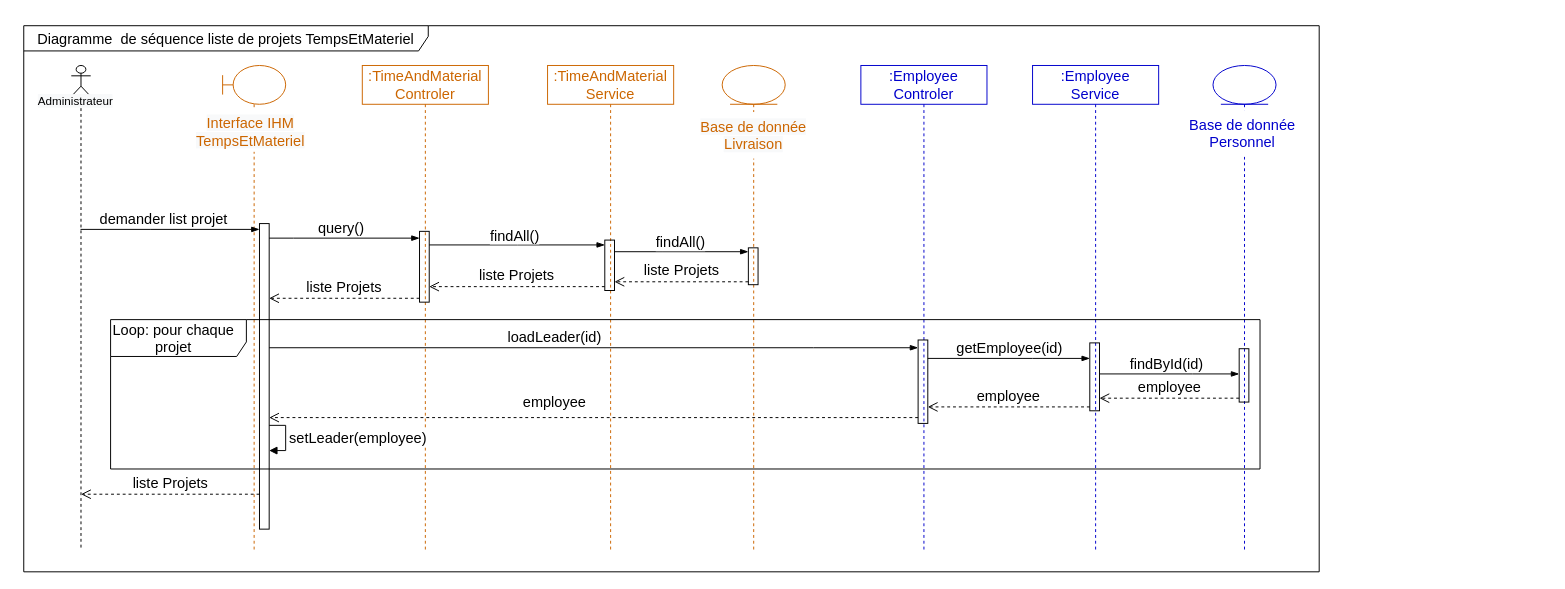
Above: Delivery/TimeAndMaterialProjectListDiagrammeSequence.drawio in ZidiMedAmine/UML (draw.io), before the change. Source tidied: cells renumbered, new cells numbered last; positions are measured from the earlier drawing's top-left corner, leaving out a move shared by most shapes. Both pictures are drawn from the tidied source at 97%, with x=0, y=0 at pixel (23, 25).
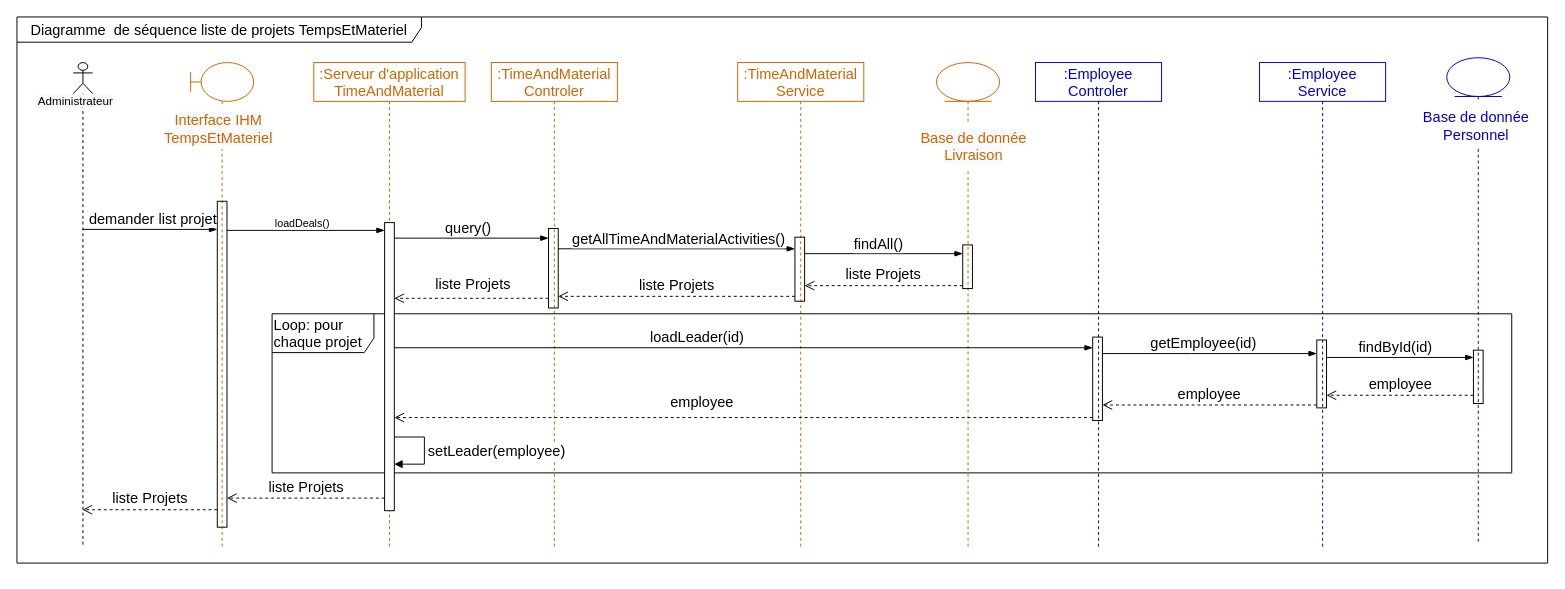
The same diagram, later.

Commit message (it also covers changes not shown here):
Mettre à jour TimeAndMaterialProjectListDiagrammeSequence.drawio

The change refers to these unchanged cells:
```xml
<mxCell id="15" style="html=1;points=[];perimeter=orthogonalPerimeter;rounded=0;shadow=0;glass=0;sketch=0;fontSize=15;fillColor=none;" parent="14" vertex="1">
  <mxGeometry x="59" y="283" width="10" height="86" as="geometry" />
</mxCell>
<mxCell id="20" style="html=1;points=[];perimeter=orthogonalPerimeter;rounded=0;shadow=0;glass=0;sketch=0;fontSize=15;fillColor=none;" parent="19" vertex="1">
  <mxGeometry x="59" y="286" width="10" height="70" as="geometry" />
</mxCell>
```

Change to the diagram source:
```diff
@@
     <mxCell id="2" value=":TimeAndMaterial&lt;br&gt;Controler" style="shape=umlLifeline;perimeter=lifelinePerimeter;whiteSpace=wrap;html=1;rounded=0;shadow=0;glass=0;sketch=0;fillColor=none;fontSize=15;fontColor=#CC6600;strokeColor=#CC6600;" parent="1" vertex="1">
-      <mxGeometry x="349" y="41" width="130" height="500" as="geometry" />
+      <mxGeometry x="482" y="38" width="130" height="500" as="geometry" />
     </mxCell>
     <mxCell id="3" style="html=1;points=[];perimeter=orthogonalPerimeter;rounded=0;shadow=0;glass=0;sketch=0;fontSize=15;fillColor=none;" parent="2" vertex="1">
-      <mxGeometry x="59" y="171" width="10" height="73" as="geometry" />
+      <mxGeometry x="59" y="171" width="10" height="82" as="geometry" />
     </mxCell>
     <mxCell id="4" style="shape=umlLifeline;participant=umlActor;perimeter=lifelinePerimeter;whiteSpace=wrap;html=1;verticalAlign=top;spacingTop=36;outlineConnect=0;fillColor=none;size=32;sketch=0;shadow=0;rounded=0;glass=0;" parent="1" vertex="1">
-      <mxGeometry x="49" y="41" width="20" height="500" as="geometry" />
+      <mxGeometry x="51" y="38" width="20" height="500" as="geometry" />
     </mxCell>
@@
     <mxCell id="6" value=":TimeAndMaterial&lt;br&gt;Service" style="shape=umlLifeline;perimeter=lifelinePerimeter;whiteSpace=wrap;html=1;rounded=0;shadow=0;glass=0;sketch=0;fillColor=none;fontSize=15;fontColor=#CC6600;strokeColor=#CC6600;" parent="1" vertex="1">
-      <mxGeometry x="540" y="41" width="130" height="500" as="geometry" />
+      <mxGeometry x="736" y="38" width="130" height="500" as="geometry" />
     </mxCell>
     <mxCell id="7" style="html=1;points=[];perimeter=orthogonalPerimeter;rounded=0;shadow=0;glass=0;sketch=0;fontSize=15;fillColor=none;" parent="6" vertex="1">
-      <mxGeometry x="59" y="180" width="10" height="52" as="geometry" />
+      <mxGeometry x="59" y="180" width="10" height="66" as="geometry" />
     </mxCell>
     <mxCell id="8" style="shape=umlLifeline;participant=umlEntity;perimeter=lifelinePerimeter;whiteSpace=wrap;html=1;verticalAlign=top;spacingTop=36;rounded=0;shadow=0;glass=0;sketch=0;fontSize=15;fillColor=none;fontColor=#CC6600;strokeColor=#CC6600;" parent="1" vertex="1">
-      <mxGeometry x="720" y="41" width="65" height="500" as="geometry" />
+      <mxGeometry x="941" y="38" width="65" height="500" as="geometry" />
     </mxCell>
     <mxCell id="9" style="html=1;points=[];perimeter=orthogonalPerimeter;rounded=0;shadow=0;glass=0;sketch=0;fontSize=15;fillColor=none;" parent="8" vertex="1">
-      <mxGeometry x="27" y="188" width="10" height="38" as="geometry" />
+      <mxGeometry x="27" y="188" width="10" height="45" as="geometry" />
     </mxCell>
+    <mxCell id="44" value="&lt;span style=&quot;font-family: Helvetica; font-size: 15px; font-style: normal; font-variant-ligatures: normal; font-variant-caps: normal; font-weight: 400; letter-spacing: normal; orphans: 2; text-indent: 0px; text-transform: none; widows: 2; word-spacing: 0px; -webkit-text-stroke-width: 0px; background-color: rgb(248, 249, 250); text-decoration-thickness: initial; text-decoration-style: initial; text-decoration-color: initial; float: none; display: inline !important;&quot;&gt;Base de donnée&lt;br&gt;Livraison&lt;br&gt;&lt;/span&gt;" style="text;whiteSpace=wrap;html=1;fontSize=15;align=center;fillColor=default;fontColor=#CC6600;" parent="8" vertex="1">
+      <mxGeometry x="-21" y="62" width="119" height="48" as="geometry" />
+    </mxCell>
     <mxCell id="10" style="shape=umlLifeline;participant=umlBoundary;perimeter=lifelinePerimeter;whiteSpace=wrap;html=1;verticalAlign=top;spacingTop=36;rounded=0;shadow=0;glass=0;sketch=0;fontSize=15;fillColor=none;fontColor=#CC6600;strokeColor=#CC6600;" parent="1" vertex="1">
-      <mxGeometry x="205" y="41" width="65" height="500" as="geometry" />
+      <mxGeometry x="172" y="38" width="65" height="500" as="geometry" />
     </mxCell>
@@
     <mxCell id="12" style="html=1;points=[];perimeter=orthogonalPerimeter;rounded=0;shadow=0;glass=0;sketch=0;fontSize=15;fillColor=none;" parent="10" vertex="1">
-      <mxGeometry x="38" y="163" width="10" height="315" as="geometry" />
+      <mxGeometry x="27.5" y="143" width="10" height="336" as="geometry" />
     </mxCell>
-    <mxCell id="13" value="setLeader(employee)" style="edgeStyle=orthogonalEdgeStyle;html=1;align=left;spacingLeft=2;endArrow=block;rounded=0;entryX=1;entryY=0;fontSize=15;" parent="10" edge="1" source="12">
-      <mxGeometry relative="1" as="geometry">
-        <mxPoint x="48" y="397" as="targetPoint" />
-        <Array as="points">
-          <mxPoint x="65" y="371" />
-          <mxPoint x="65" y="397" />
-        </Array>
-      </mxGeometry>
-    </mxCell>
     <mxCell id="14" value=":Employee&lt;br&gt;Controler" style="shape=umlLifeline;perimeter=lifelinePerimeter;whiteSpace=wrap;html=1;rounded=0;shadow=0;glass=0;sketch=0;fillColor=none;fontSize=15;strokeColor=#0000CC;fontColor=#0000CC;" parent="1" vertex="1">
-      <mxGeometry x="863" y="41" width="130" height="500" as="geometry" />
+      <mxGeometry x="1043" y="38" width="130" height="500" as="geometry" />
     </mxCell>
@@
     <mxCell id="16" style="shape=umlLifeline;participant=umlEntity;perimeter=lifelinePerimeter;whiteSpace=wrap;html=1;verticalAlign=top;spacingTop=36;rounded=0;shadow=0;glass=0;sketch=0;fontSize=15;fillColor=none;strokeColor=#0000CC;" parent="1" vertex="1">
-      <mxGeometry x="1226" y="41" width="65" height="500" as="geometry" />
+      <mxGeometry x="1467" y="33" width="65" height="500" as="geometry" />
     </mxCell>
@@
     <mxCell id="18" style="html=1;points=[];perimeter=orthogonalPerimeter;rounded=0;shadow=0;glass=0;sketch=0;fontSize=15;fillColor=none;" parent="16" vertex="1">
-      <mxGeometry x="27" y="292" width="10" height="55" as="geometry" />
+      <mxGeometry x="27.5" y="301.5" width="10" height="55" as="geometry" />
     </mxCell>
     <mxCell id="19" value=":Employee&lt;br&gt;Service" style="shape=umlLifeline;perimeter=lifelinePerimeter;whiteSpace=wrap;html=1;rounded=0;shadow=0;glass=0;sketch=0;fillColor=none;fontSize=15;strokeColor=#0000CC;fontColor=#0000CC;" parent="1" vertex="1">
-      <mxGeometry x="1040" y="41" width="130" height="500" as="geometry" />
+      <mxGeometry x="1274" y="38" width="130" height="500" as="geometry" />
     </mxCell>
@@
-    <mxCell id="23" style="edgeStyle=elbowEdgeStyle;fontSize=12;html=1;endArrow=blockThin;endFill=1;rounded=0;" parent="1" edge="1" source="12" target="3">
+    <mxCell id="23" style="edgeStyle=elbowEdgeStyle;fontSize=12;html=1;endArrow=blockThin;endFill=1;rounded=0;" parent="1" edge="1" source="46" target="3">
       <mxGeometry relative="1" as="geometry">
         <Array as="points">
-          <mxPoint x="278" y="219" />
+          <mxPoint x="502" y="219" />
+          <mxPoint x="385" y="213" />
           <mxPoint x="367" y="226" />
         </Array>
       </mxGeometry>
     </mxCell>
@@
     <mxCell id="25" style="edgeStyle=elbowEdgeStyle;fontSize=12;html=1;endArrow=blockThin;endFill=1;rounded=0;" parent="1" edge="1" source="3" target="7">
       <mxGeometry relative="1" as="geometry">
         <Array as="points">
-          <mxPoint x="509" y="226" />
+          <mxPoint x="694" y="230" />
+          <mxPoint x="543" y="215" />
           <mxPoint x="468" y="244" />
         </Array>
       </mxGeometry>
     </mxCell>
-    <mxCell id="26" value="findAll()" style="edgeLabel;html=1;align=center;verticalAlign=middle;fontSize=15;" parent="25" vertex="1">
+    <mxCell id="26" value="getAllTimeAndMaterialActivities()" style="edgeLabel;html=1;align=center;verticalAlign=middle;fontSize=15;" parent="25" vertex="1">
       <mxGeometry x="0.12" relative="1" as="geometry">
         <mxPoint x="-14" y="-11" as="offset" />
       </mxGeometry>
     </mxCell>
     <mxCell id="27" style="edgeStyle=elbowEdgeStyle;fontSize=12;html=1;endArrow=blockThin;endFill=1;rounded=0;" parent="1" edge="1" source="7" target="9">
       <mxGeometry relative="1" as="geometry">
         <Array as="points">
-          <mxPoint x="659" y="233" />
+          <mxPoint x="810" y="235" />
           <mxPoint x="707" y="240" />
         </Array>
       </mxGeometry>
     </mxCell>
@@
-    <mxCell id="29" value="liste Projets" style="html=1;verticalAlign=bottom;endArrow=open;dashed=1;endSize=8;rounded=0;fontSize=15;" parent="1" edge="1">
+    <mxCell id="29" value="liste Projets" style="html=1;verticalAlign=bottom;endArrow=open;dashed=1;endSize=8;rounded=0;fontSize=15;" parent="1" edge="1" source="9" target="7">
       <mxGeometry relative="1" as="geometry">
-        <mxPoint x="747" y="264" as="sourcePoint" />
-        <mxPoint x="609" y="264" as="targetPoint" />
+        <Array as="points">
+          <mxPoint x="889" y="268" />
+        </Array>
       </mxGeometry>
     </mxCell>
-    <mxCell id="30" value="liste Projets" style="html=1;verticalAlign=bottom;endArrow=open;dashed=1;endSize=8;rounded=0;fontSize=15;" parent="1" edge="1">
+    <mxCell id="30" value="liste Projets" style="html=1;verticalAlign=bottom;endArrow=open;dashed=1;endSize=8;rounded=0;fontSize=15;" parent="1" edge="1" source="7" target="3">
       <mxGeometry relative="1" as="geometry">
-        <mxPoint x="599" y="269" as="sourcePoint" />
-        <mxPoint x="418" y="269" as="targetPoint" />
         <Array as="points">
-          <mxPoint x="566" y="269" />
+          <mxPoint x="699" y="279" />
         </Array>
       </mxGeometry>
     </mxCell>
-    <mxCell id="31" value="liste Projets" style="html=1;verticalAlign=bottom;endArrow=open;dashed=1;endSize=8;rounded=0;fontSize=15;" parent="1" edge="1" source="3" target="12">
-      <mxGeometry relative="1" as="geometry">
+    <mxCell id="31" value="liste Projets" style="html=1;verticalAlign=bottom;endArrow=open;dashed=1;endSize=8;rounded=0;fontSize=15;" parent="1" edge="1" source="3" target="46">
+      <mxGeometry x="-0.02" y="-3" relative="1" as="geometry">
         <Array as="points">
           <mxPoint x="387" y="281" />
         </Array>
       </mxGeometry>
     </mxCell>
-    <mxCell id="32" style="edgeStyle=elbowEdgeStyle;fontSize=12;html=1;endArrow=blockThin;endFill=1;rounded=0;" parent="1" edge="1" source="12" target="15">
+    <mxCell id="32" style="edgeStyle=elbowEdgeStyle;fontSize=12;html=1;endArrow=blockThin;endFill=1;rounded=0;" parent="1" edge="1" source="46" target="15">
       <mxGeometry relative="1" as="geometry">
         <Array as="points">
           <mxPoint x="814" y="332" />
         </Array>
       </mxGeometry>
     </mxCell>
@@
-    <mxCell id="34" style="edgeStyle=elbowEdgeStyle;fontSize=12;html=1;endArrow=blockThin;endFill=1;rounded=0;" parent="1" edge="1" source="15" target="20">
+    <mxCell id="34" style="fontSize=12;html=1;endArrow=blockThin;endFill=1;rounded=0;" parent="1" edge="1" source="15" target="20">
       <mxGeometry relative="1" as="geometry">
         <Array as="points">
-          <mxPoint x="1040" y="343" />
+          <mxPoint x="1204" y="338" />
         </Array>
       </mxGeometry>
     </mxCell>
@@
     <mxCell id="36" style="edgeStyle=elbowEdgeStyle;fontSize=12;html=1;endArrow=blockThin;endFill=1;rounded=0;" parent="1" edge="1" source="20" target="18">
       <mxGeometry relative="1" as="geometry">
         <Array as="points">
-          <mxPoint x="1205" y="359" />
+          <mxPoint x="1383" y="342" />
+          <mxPoint x="1275" y="331" />
         </Array>
       </mxGeometry>
     </mxCell>
@@
     <mxCell id="38" value="employee" style="html=1;verticalAlign=bottom;endArrow=open;dashed=1;endSize=8;rounded=0;fontSize=15;" parent="1" edge="1" source="18" target="20">
       <mxGeometry relative="1" as="geometry">
         <Array as="points">
-          <mxPoint x="1201" y="384" />
+          <mxPoint x="1390" y="381" />
         </Array>
       </mxGeometry>
     </mxCell>
-    <mxCell id="39" value="employee" style="html=1;verticalAlign=bottom;endArrow=open;dashed=1;endSize=8;rounded=0;fontSize=15;" parent="1" edge="1">
+    <mxCell id="39" value="employee" style="html=1;verticalAlign=bottom;endArrow=open;dashed=1;endSize=8;rounded=0;fontSize=15;" parent="1" edge="1" source="20" target="15">
       <mxGeometry relative="1" as="geometry">
-        <mxPoint x="1099" y="393" as="sourcePoint" />
-        <mxPoint x="932" y="393" as="targetPoint" />
         <Array as="points">
-          <mxPoint x="1039" y="393" />
+          <mxPoint x="1178" y="391" />
         </Array>
       </mxGeometry>
     </mxCell>
-    <mxCell id="40" value="employee" style="html=1;verticalAlign=bottom;endArrow=open;dashed=1;endSize=8;rounded=0;fontSize=15;startArrow=none;" parent="1" edge="1" source="15" target="12">
+    <mxCell id="40" value="employee" style="html=1;verticalAlign=bottom;endArrow=open;dashed=1;endSize=8;rounded=0;fontSize=15;startArrow=none;" parent="1" edge="1" source="15" target="46">
       <mxGeometry x="0.12" y="-4" relative="1" as="geometry">
         <Array as="points">
           <mxPoint x="905" y="404" />
         </Array>
       </mxGeometry>
     </mxCell>
-    <mxCell id="41" value="liste Projets" style="html=1;verticalAlign=bottom;endArrow=open;dashed=1;endSize=8;rounded=0;fontSize=15;" parent="1" edge="1">
+    <mxCell id="41" value="liste Projets" style="html=1;verticalAlign=bottom;endArrow=open;dashed=1;endSize=8;rounded=0;fontSize=15;" parent="1" edge="1" source="12" target="4">
       <mxGeometry relative="1" as="geometry">
-        <mxPoint x="243" y="483" as="sourcePoint" />
-        <mxPoint x="59.1" y="483" as="targetPoint" />
         <Array as="points">
-          <mxPoint x="162" y="483" />
+          <mxPoint x="162" y="499" />
         </Array>
       </mxGeometry>
     </mxCell>
-    <mxCell id="42" value="Loop: pour chaque &lt;br&gt;&lt;div style=&quot;text-align: center;&quot;&gt;&lt;span style=&quot;background-color: initial;&quot;&gt;projet&lt;/span&gt;&lt;/div&gt;" style="shape=umlFrame;whiteSpace=wrap;html=1;rounded=0;shadow=0;glass=0;sketch=0;fontSize=15;fillColor=none;width=140;height=38;align=left;" parent="1" vertex="1">
-      <mxGeometry x="89.5" y="303" width="1185" height="154" as="geometry" />
+    <mxCell id="42" value="Loop: pour &lt;br&gt;chaque&amp;nbsp;&lt;span style=&quot;background-color: initial; text-align: center;&quot;&gt;projet&lt;/span&gt;" style="shape=umlFrame;whiteSpace=wrap;html=1;rounded=0;shadow=0;glass=0;sketch=0;fontSize=15;fillColor=none;width=105;height=40;align=left;" parent="1" vertex="1">
+      <mxGeometry x="256" y="297" width="1278" height="164" as="geometry" />
     </mxCell>
     <mxCell id="43" value="Diagramme&amp;nbsp; de séquence liste de projets TempsEtMateriel" style="shape=umlFrame;whiteSpace=wrap;html=1;rounded=0;shadow=0;glass=0;sketch=0;fontSize=15;fillColor=none;width=417;height=26;" parent="1" vertex="1">
-      <mxGeometry width="1335.5" height="563" as="geometry" />
+      <mxGeometry x="-7" y="-9" width="1578" height="563" as="geometry" />
     </mxCell>
-    <mxCell id="44" value="&lt;span style=&quot;font-family: Helvetica; font-size: 15px; font-style: normal; font-variant-ligatures: normal; font-variant-caps: normal; font-weight: 400; letter-spacing: normal; orphans: 2; text-indent: 0px; text-transform: none; widows: 2; word-spacing: 0px; -webkit-text-stroke-width: 0px; background-color: rgb(248, 249, 250); text-decoration-thickness: initial; text-decoration-style: initial; text-decoration-color: initial; float: none; display: inline !important;&quot;&gt;Base de donnée&lt;br&gt;Livraison&lt;br&gt;&lt;/span&gt;" style="text;whiteSpace=wrap;html=1;fontSize=15;align=center;fillColor=default;fontColor=#CC6600;" parent="1" vertex="1">
-      <mxGeometry x="692.5" y="89" width="119" height="48" as="geometry" />
-    </mxCell>
+    <mxCell id="45" value=":Serveur d'application&lt;br&gt;TimeAndMaterial" style="shape=umlLifeline;perimeter=lifelinePerimeter;whiteSpace=wrap;html=1;rounded=0;shadow=0;glass=0;sketch=0;fillColor=none;fontSize=15;fontColor=#CC6600;strokeColor=#CC6600;" parent="1" vertex="1">
+      <mxGeometry x="299" y="38" width="156" height="500" as="geometry" />
+    </mxCell>
+    <mxCell id="46" style="html=1;points=[];perimeter=orthogonalPerimeter;" parent="45" vertex="1">
+      <mxGeometry x="73" y="165" width="10" height="297" as="geometry" />
+    </mxCell>
+    <mxCell id="13" value="setLeader(employee)" style="edgeStyle=orthogonalEdgeStyle;html=1;align=left;spacingLeft=2;endArrow=block;rounded=0;fontSize=15;" parent="45" edge="1" source="46" target="46">
+      <mxGeometry relative="1" as="geometry">
+        <Array as="points">
+          <mxPoint x="114" y="386" />
+          <mxPoint x="114" y="414" />
+        </Array>
+      </mxGeometry>
+    </mxCell>
+    <mxCell id="47" style="fontSize=12;html=1;endArrow=blockThin;endFill=1;rounded=0;" parent="1" edge="1" source="12" target="46">
+      <mxGeometry relative="1" as="geometry">
+        <Array as="points">
+          <mxPoint x="323" y="211" />
+        </Array>
+      </mxGeometry>
+    </mxCell>
+    <mxCell id="48" value="loadDeals()" style="edgeLabel;html=1;align=center;verticalAlign=middle;" parent="47" vertex="1">
+      <mxGeometry x="-0.01" y="-3" relative="1" as="geometry">
+        <mxPoint x="-3" y="-11" as="offset" />
+      </mxGeometry>
+    </mxCell>
+    <mxCell id="49" value="&lt;span style=&quot;font-size: 15px;&quot;&gt;liste Projets&lt;/span&gt;" style="html=1;verticalAlign=bottom;endArrow=open;dashed=1;endSize=8;rounded=0;" parent="1" edge="1" source="46" target="12">
+      <mxGeometry relative="1" as="geometry">
+        <Array as="points">
+          <mxPoint x="314" y="487" />
+        </Array>
+      </mxGeometry>
+    </mxCell>
```
